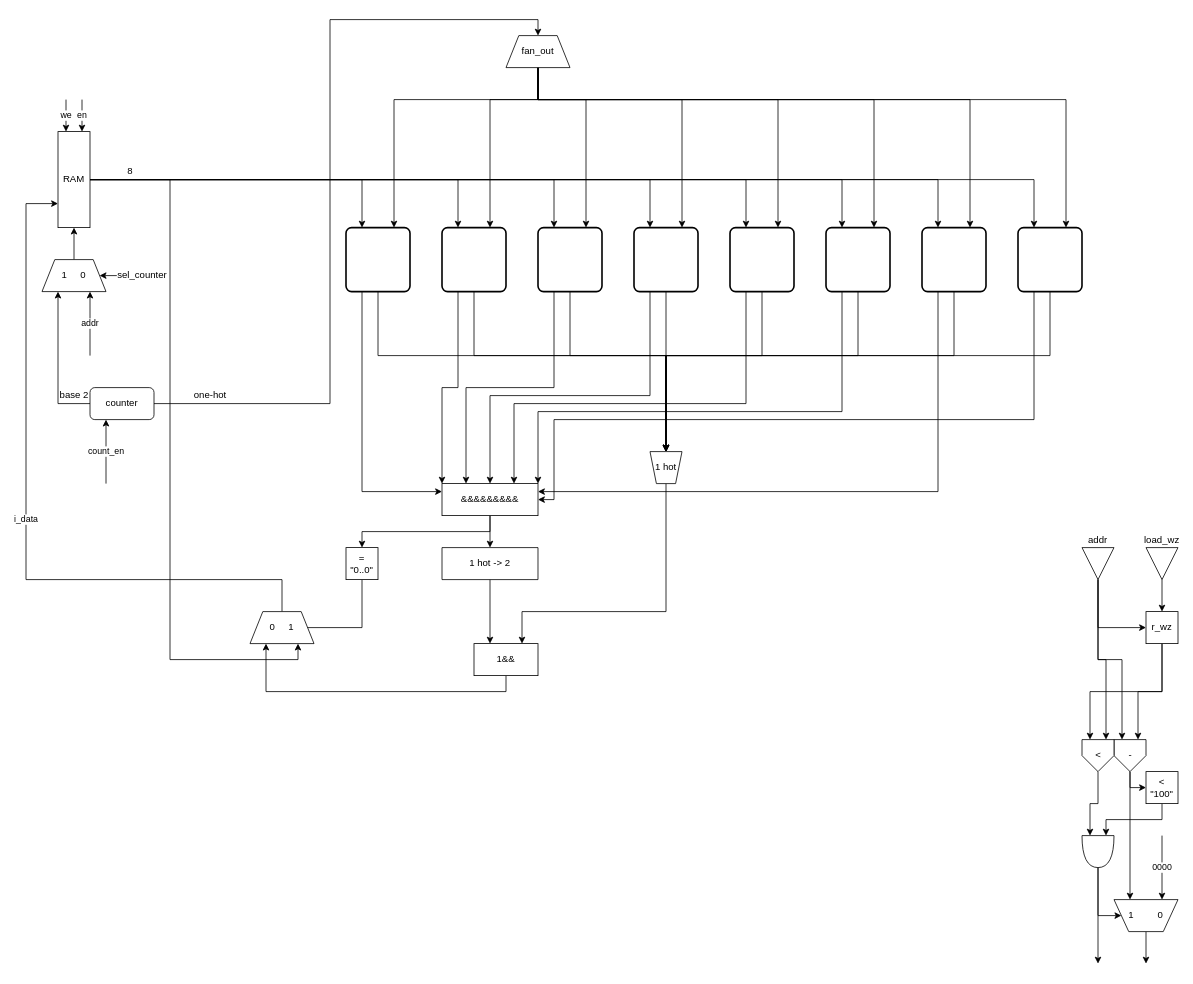
The draw.io diagram page "Page-1" (1 of 2) of schema.drawio in imDema/progetto_reti_logiche, before the edit. Source tidied: cells renumbered, new cells numbered last; positions are measured from the earlier drawing's top-left corner, leaving out a move shared by most shapes. Both pictures are drawn from the tidied source at 80%, with x=0, y=0 at pixel (26, 35).
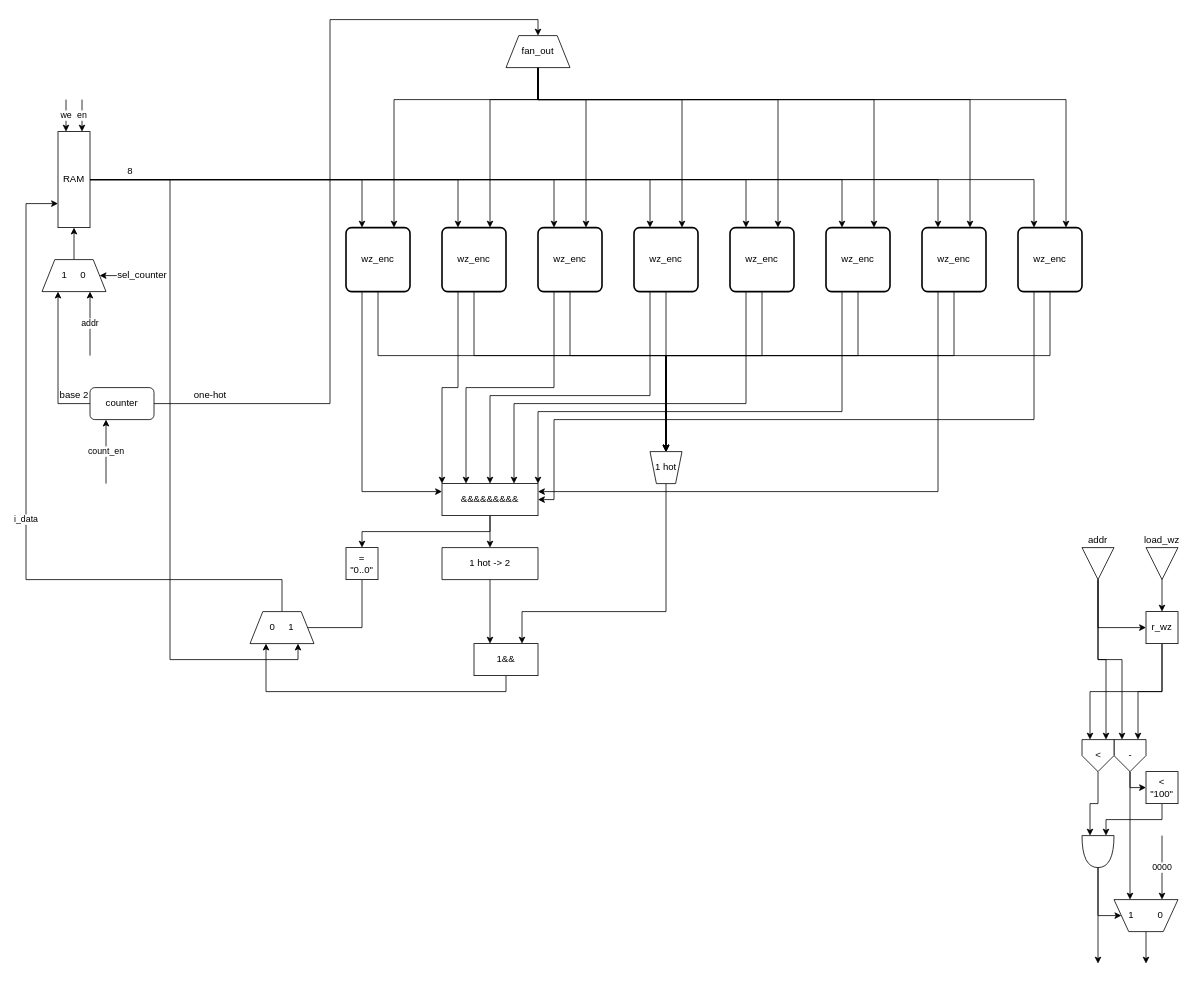
Above is the later version.

The edit, as a diff of the source:
```diff
@@
-    <mxCell id="37" style="rounded=1;whiteSpace=wrap;html=1;absoluteArcSize=1;arcSize=14;strokeWidth=2;fillColor=#ffffff;" parent="1" vertex="1">
+    <mxCell id="37" value="wz_enc" style="rounded=1;whiteSpace=wrap;html=1;absoluteArcSize=1;arcSize=14;strokeWidth=2;fillColor=#ffffff;" parent="1" vertex="1">
       <mxGeometry x="400" y="240" width="80" height="80" as="geometry" />
     </mxCell>
@@
-    <mxCell id="40" style="rounded=1;whiteSpace=wrap;html=1;absoluteArcSize=1;arcSize=14;strokeWidth=2;fillColor=#ffffff;" parent="1" vertex="1">
+    <mxCell id="40" value="wz_enc" style="rounded=1;whiteSpace=wrap;html=1;absoluteArcSize=1;arcSize=14;strokeWidth=2;fillColor=#ffffff;" parent="1" vertex="1">
       <mxGeometry x="520" y="240" width="80" height="80" as="geometry" />
     </mxCell>
@@
-    <mxCell id="43" style="rounded=1;whiteSpace=wrap;html=1;absoluteArcSize=1;arcSize=14;strokeWidth=2;fillColor=#ffffff;" parent="1" vertex="1">
+    <mxCell id="43" value="wz_enc" style="rounded=1;whiteSpace=wrap;html=1;absoluteArcSize=1;arcSize=14;strokeWidth=2;fillColor=#ffffff;" parent="1" vertex="1">
       <mxGeometry x="640" y="240" width="80" height="80" as="geometry" />
     </mxCell>
@@
-    <mxCell id="46" style="rounded=1;whiteSpace=wrap;html=1;absoluteArcSize=1;arcSize=14;strokeWidth=2;fillColor=#ffffff;" parent="1" vertex="1">
+    <mxCell id="46" value="wz_enc" style="rounded=1;whiteSpace=wrap;html=1;absoluteArcSize=1;arcSize=14;strokeWidth=2;fillColor=#ffffff;" parent="1" vertex="1">
       <mxGeometry x="880" y="240" width="80" height="80" as="geometry" />
     </mxCell>
@@
-    <mxCell id="49" style="rounded=1;whiteSpace=wrap;html=1;absoluteArcSize=1;arcSize=14;strokeWidth=2;fillColor=#ffffff;" parent="1" vertex="1">
+    <mxCell id="49" value="wz_enc" style="rounded=1;whiteSpace=wrap;html=1;absoluteArcSize=1;arcSize=14;strokeWidth=2;fillColor=#ffffff;" parent="1" vertex="1">
       <mxGeometry x="760" y="240" width="80" height="80" as="geometry" />
     </mxCell>
@@
-    <mxCell id="52" style="rounded=1;whiteSpace=wrap;html=1;absoluteArcSize=1;arcSize=14;strokeWidth=2;fillColor=#ffffff;" parent="1" vertex="1">
+    <mxCell id="52" value="wz_enc" style="rounded=1;whiteSpace=wrap;html=1;absoluteArcSize=1;arcSize=14;strokeWidth=2;fillColor=#ffffff;" parent="1" vertex="1">
       <mxGeometry x="1000" y="240" width="80" height="80" as="geometry" />
     </mxCell>
@@
-    <mxCell id="55" style="rounded=1;whiteSpace=wrap;html=1;absoluteArcSize=1;arcSize=14;strokeWidth=2;fillColor=#ffffff;" parent="1" vertex="1">
+    <mxCell id="55" value="wz_enc" style="rounded=1;whiteSpace=wrap;html=1;absoluteArcSize=1;arcSize=14;strokeWidth=2;fillColor=#ffffff;" parent="1" vertex="1">
       <mxGeometry x="1120" y="240" width="80" height="80" as="geometry" />
     </mxCell>
@@
-    <mxCell id="58" style="rounded=1;whiteSpace=wrap;html=1;absoluteArcSize=1;arcSize=14;strokeWidth=2;fillColor=#ffffff;" parent="1" vertex="1">
+    <mxCell id="58" value="wz_enc" style="rounded=1;whiteSpace=wrap;html=1;absoluteArcSize=1;arcSize=14;strokeWidth=2;fillColor=#ffffff;" parent="1" vertex="1">
       <mxGeometry x="1240" y="240" width="80" height="80" as="geometry" />
     </mxCell>
```
